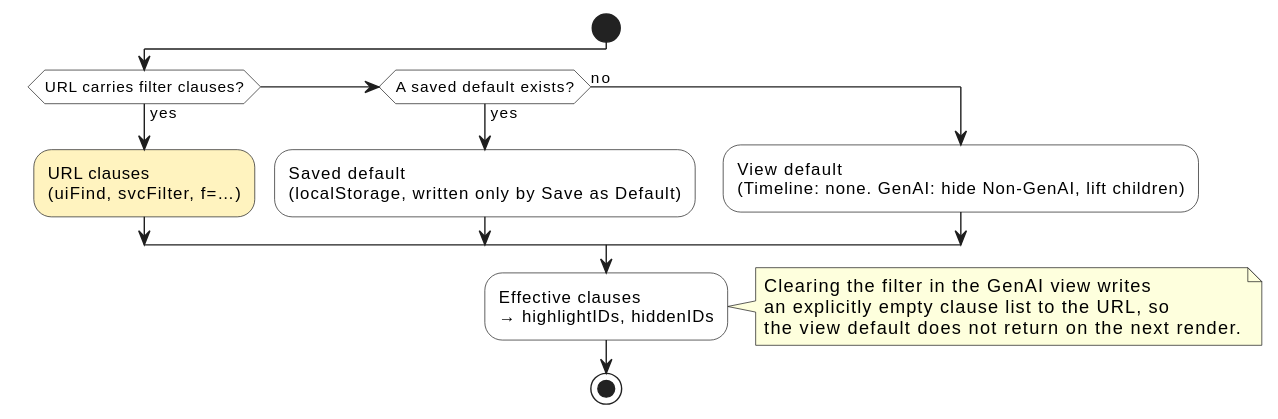
Earlier version of the PlantUML export docs/rfc/0009/precedence.svg (jaegertracing/jaeger-ui).
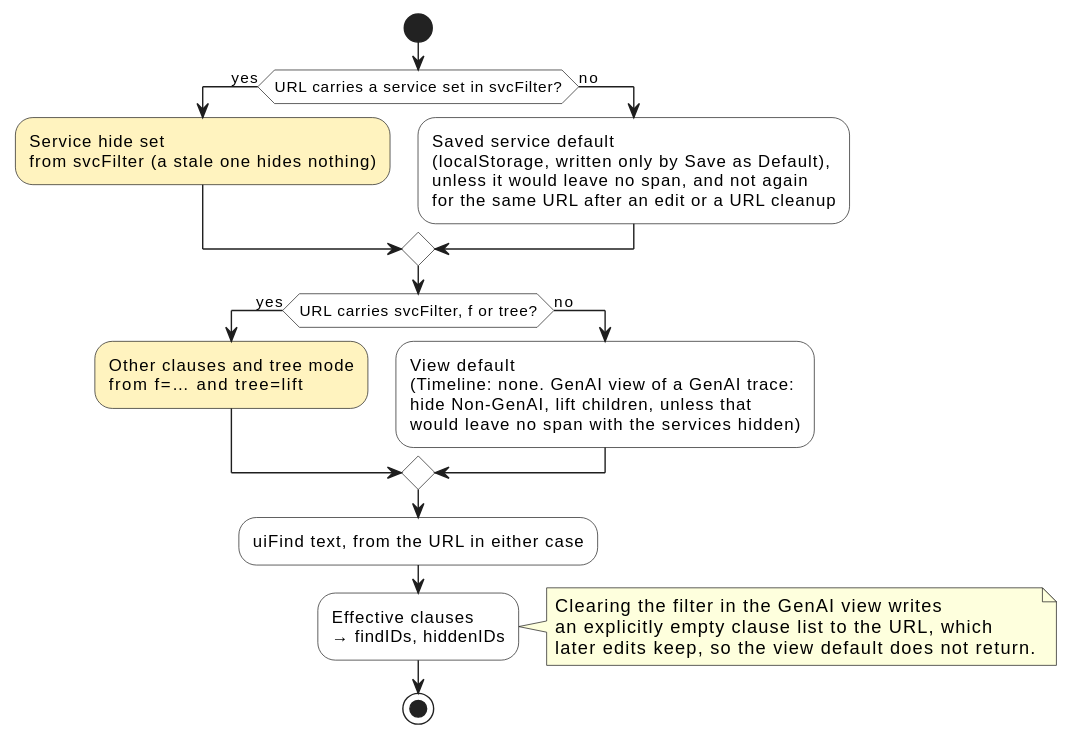
The same diagram one commit later.

What changed in the source:
```diff
@@ -6,22 +6,31 @@
 skinparam ArrowColor #1e1e1e
 
 start
-if (URL carries filter clauses?) then (yes)
-  #fff3bf:URL clauses
-  (uiFind, svcFilter, f=…);
-elseif (A saved default exists?) then (yes)
-  :Saved default
-  (localStorage, written only by Save as Default);
+if (URL carries a service set in svcFilter?) then (yes)
+  #fff3bf:Service hide set
+  from svcFilter (a stale one hides nothing);
+else (no)
+  :Saved service default
+  (localStorage, written only by Save as Default),
+  unless it would leave no span, and not again
+  for the same URL after an edit or a URL cleanup;
+endif
+if (URL carries svcFilter, f or tree?) then (yes)
+  #fff3bf:Other clauses and tree mode
+  from f=… and tree=lift;
 else (no)
   :View default
-  (Timeline: none. GenAI: hide Non-GenAI, lift children);
+  (Timeline: none. GenAI view of a GenAI trace:
+  hide Non-GenAI, lift children, unless that
+  would leave no span with the services hidden);
 endif
+:uiFind text, from the URL in either case;
 :Effective clauses
-→ highlightIDs, hiddenIDs;
+→ findIDs, hiddenIDs;
 note right
   Clearing the filter in the GenAI view writes
-  an explicitly empty clause list to the URL, so
-  the view default does not return on the next render.
+  an explicitly empty clause list to the URL, which
+  later edits keep, so the view default does not return.
 end note
 stop
 @enduml
```
